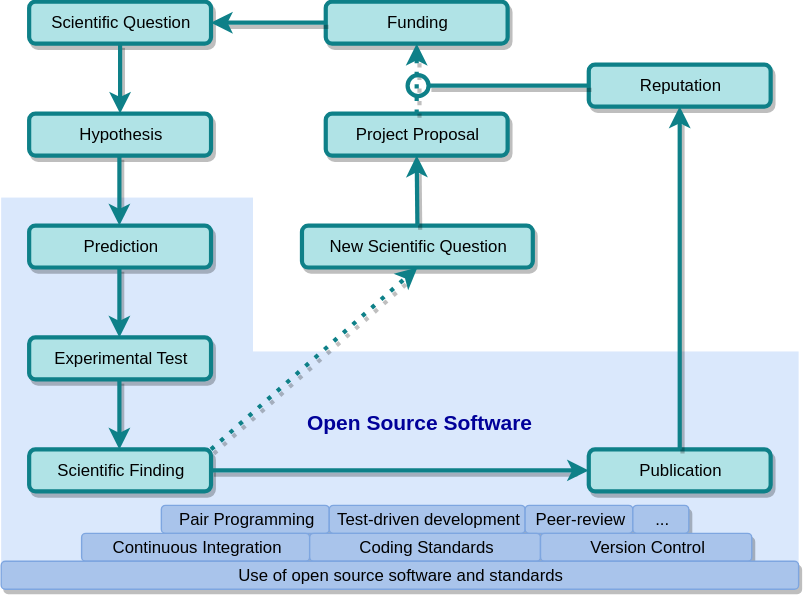
Earlier version of the draw.io export 2020-02-01_Fosdem/projectcycle_final.svg (JuliaSprenger/presentations). Source tidied: cells renumbered, new cells last; positions are measured from the earlier drawing's top-left corner, leaving out a move shared by most shapes.
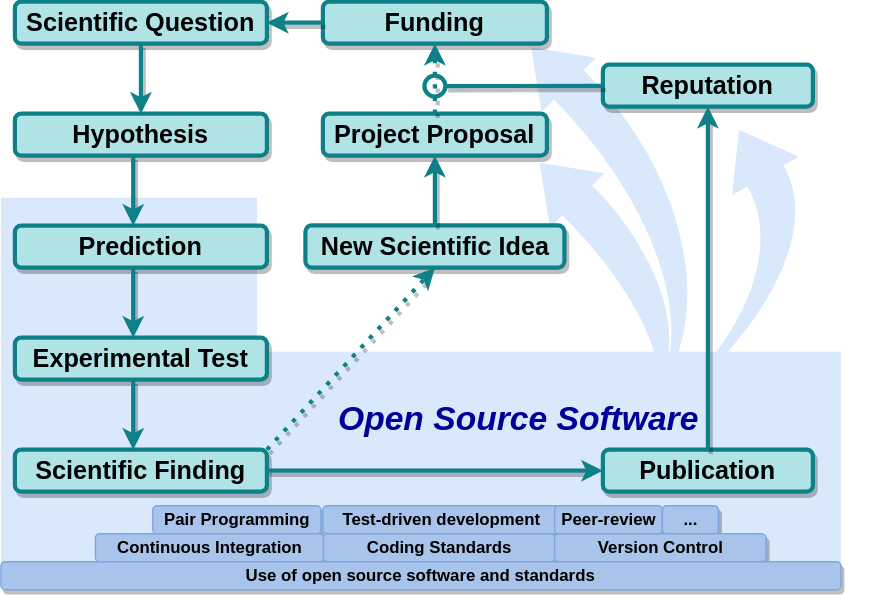
Above is the later version.

The edit, as a diff of the source:
```diff
@@ -2,70 +2,82 @@
   <root>
     <mxCell id="0" />
     <mxCell id="1" parent="0" />
+    <mxCell id="35" style="html=1;shadow=0;dashed=0;align=center;verticalAlign=middle;shape=mxgraph.arrows2.jumpInArrow;dy=15;dx=38;arrowHead=55;strokeColor=none;fillColor=#DAE8FC;rotation=45;flipH=1;" parent="1" vertex="1">
+      <mxGeometry x="298.2" y="75" width="240" height="155" as="geometry" />
+    </mxCell>
     <mxCell id="2" style="group;" parent="1" vertex="1">
-      <mxGeometry y="139.7" width="570" height="270" as="geometry" />
+      <mxGeometry x="-10" y="139.7" width="600" height="270" as="geometry" />
     </mxCell>
     <mxCell id="3" style="rounded=0;whiteSpace=wrap;html=1;comic=0;strokeColor=none;fillColor=#dae8fc;" parent="2" vertex="1">
-      <mxGeometry x="180" y="110" width="390" height="160" as="geometry" />
+      <mxGeometry x="183.1" y="110" width="416.9" height="160" as="geometry" />
     </mxCell>
     <mxCell id="4" style="rounded=0;whiteSpace=wrap;html=1;comic=0;strokeColor=none;fillColor=#dae8fc;" parent="2" vertex="1">
-      <mxGeometry width="180" height="270" as="geometry" />
+      <mxGeometry width="183.1" height="270" as="geometry" />
     </mxCell>
+    <mxCell id="36" style="html=1;shadow=0;dashed=0;align=center;verticalAlign=middle;shape=mxgraph.arrows2.jumpInArrow;dy=15;dx=38;arrowHead=55;strokeColor=none;fillColor=#DAE8FC;rotation=60;flipH=1;" parent="2" vertex="1">
+      <mxGeometry x="409.1" y="-56.1" width="152.5" height="239.7" as="geometry" />
+    </mxCell>
+    <mxCell id="29" value="Open Source Software" style="text;html=1;strokeColor=none;fillColor=none;align=center;verticalAlign=middle;whiteSpace=wrap;rounded=0;shadow=1;comic=1;fontColor=#000099;fontStyle=3;fontSize=24;" parent="2" vertex="1">
+      <mxGeometry x="222.2" y="148.3" width="295.8" height="20" as="geometry" />
+    </mxCell>
+    <mxCell id="37" style="html=1;shadow=0;dashed=0;align=center;verticalAlign=middle;shape=mxgraph.arrows2.jumpInArrow;dy=15;dx=38;arrowHead=55;strokeColor=none;fillColor=#DAE8FC;rotation=45;flipH=1;" parent="2" vertex="1">
+      <mxGeometry x="347.1" y="3.6" width="172.9" height="90" as="geometry" />
+    </mxCell>
-    <mxCell id="5" value="Pair Programming" style="rounded=1;whiteSpace=wrap;html=1;shadow=1;comic=0;fillColor=#A9C4EB;strokeColor=#7EA6E0;" parent="1" vertex="1">
-      <mxGeometry x="114.5" y="359.7" width="120" height="20" as="geometry" />
+    <mxCell id="5" value="Pair Programming" style="rounded=1;whiteSpace=wrap;html=1;shadow=1;comic=0;fillColor=#A9C4EB;strokeColor=#7EA6E0;fontStyle=1;" parent="1" vertex="1">
+      <mxGeometry x="98.5" y="359.7" width="120" height="20" as="geometry" />
     </mxCell>
-    <mxCell id="6" value="Test-driven development" style="rounded=1;whiteSpace=wrap;html=1;shadow=1;comic=0;fillColor=#A9C4EB;strokeColor=#7EA6E0;" parent="1" vertex="1">
-      <mxGeometry x="234.5" y="359.7" width="140" height="20" as="geometry" />
+    <mxCell id="6" value="Test-driven development" style="rounded=1;whiteSpace=wrap;html=1;shadow=1;comic=0;fillColor=#A9C4EB;strokeColor=#7EA6E0;fontStyle=1;" parent="1" vertex="1">
+      <mxGeometry x="220" y="359.7" width="170" height="20" as="geometry" />
     </mxCell>
-    <mxCell id="7" value="Peer-review" style="rounded=1;whiteSpace=wrap;html=1;shadow=1;comic=0;fillColor=#A9C4EB;strokeColor=#7EA6E0;" parent="1" vertex="1">
-      <mxGeometry x="374.5" y="359.7" width="77" height="20" as="geometry" />
+    <mxCell id="7" value="Peer-review" style="rounded=1;whiteSpace=wrap;html=1;shadow=1;comic=0;fillColor=#A9C4EB;strokeColor=#7EA6E0;fontStyle=1;" parent="1" vertex="1">
+      <mxGeometry x="385.5" y="359.7" width="77" height="20" as="geometry" />
     </mxCell>
-    <mxCell id="8" value="Scientific Question" style="rounded=1;whiteSpace=wrap;html=1;fillColor=#b0e3e6;strokeColor=#0e8088;strokeWidth=3;shadow=1;comic=0;" parent="1" vertex="1">
-      <mxGeometry x="20" y="-0.3" width="130" height="30" as="geometry" />
+    <mxCell id="8" value="Scientific Question" style="rounded=1;whiteSpace=wrap;html=1;fillColor=#b0e3e6;strokeColor=#0e8088;strokeWidth=3;shadow=1;comic=0;fontSize=18;fontStyle=1;" parent="1" vertex="1">
+      <mxGeometry y="-0.3" width="180" height="30" as="geometry" />
     </mxCell>
-    <mxCell id="9" value="&lt;div&gt;Hypothesis&lt;/div&gt;" style="rounded=1;whiteSpace=wrap;html=1;fillColor=#b0e3e6;strokeColor=#0e8088;strokeWidth=3;shadow=1;comic=0;" parent="1" vertex="1">
-      <mxGeometry x="20" y="79.7" width="130" height="30" as="geometry" />
+    <mxCell id="9" value="&lt;div style=&quot;font-size: 18px;&quot;&gt;Hypothesis&lt;/div&gt;" style="rounded=1;whiteSpace=wrap;html=1;fillColor=#b0e3e6;strokeColor=#0e8088;strokeWidth=3;shadow=1;comic=0;fontSize=18;fontStyle=1;" parent="1" vertex="1">
+      <mxGeometry y="79.7" width="180" height="30" as="geometry" />
     </mxCell>
-    <mxCell id="10" value="Prediction" style="rounded=1;whiteSpace=wrap;html=1;fillColor=#b0e3e6;strokeColor=#0e8088;strokeWidth=3;shadow=1;comic=0;" parent="1" vertex="1">
-      <mxGeometry x="20" y="159.7" width="130" height="30" as="geometry" />
+    <mxCell id="10" value="Prediction" style="rounded=1;whiteSpace=wrap;html=1;fillColor=#b0e3e6;strokeColor=#0e8088;strokeWidth=3;shadow=1;comic=0;fontSize=18;fontStyle=1;" parent="1" vertex="1">
+      <mxGeometry y="159.7" width="180" height="30" as="geometry" />
     </mxCell>
-    <mxCell id="11" value="Experimental Test" style="rounded=1;whiteSpace=wrap;html=1;fillColor=#b0e3e6;strokeColor=#0e8088;strokeWidth=3;shadow=1;comic=0;" parent="1" vertex="1">
-      <mxGeometry x="20" y="239.7" width="130" height="30" as="geometry" />
+    <mxCell id="11" value="Experimental Test" style="rounded=1;whiteSpace=wrap;html=1;fillColor=#b0e3e6;strokeColor=#0e8088;strokeWidth=3;shadow=1;comic=0;fontSize=18;fontStyle=1;" parent="1" vertex="1">
+      <mxGeometry y="239.7" width="180" height="30" as="geometry" />
     </mxCell>
-    <mxCell id="12" value="Scientific Finding" style="rounded=1;whiteSpace=wrap;html=1;fillColor=#b0e3e6;strokeColor=#0e8088;strokeWidth=3;shadow=1;comic=0;" parent="1" vertex="1">
-      <mxGeometry x="20" y="319.7" width="130" height="30" as="geometry" />
+    <mxCell id="12" value="Scientific Finding" style="rounded=1;whiteSpace=wrap;html=1;fillColor=#b0e3e6;strokeColor=#0e8088;strokeWidth=3;shadow=1;comic=0;fontSize=18;fontStyle=1;" parent="1" vertex="1">
+      <mxGeometry y="319.7" width="180" height="30" as="geometry" />
     </mxCell>
-    <mxCell id="13" value="Publication" style="rounded=1;whiteSpace=wrap;html=1;fillColor=#b0e3e6;strokeColor=#0e8088;strokeWidth=3;shadow=1;comic=0;" parent="1" vertex="1">
-      <mxGeometry x="420" y="319.7" width="130" height="30" as="geometry" />
+    <mxCell id="13" value="Publication" style="rounded=1;whiteSpace=wrap;html=1;fillColor=#b0e3e6;strokeColor=#0e8088;strokeWidth=3;shadow=1;comic=0;fontSize=18;fontStyle=1;" parent="1" vertex="1">
+      <mxGeometry x="420" y="319.7" width="150" height="30" as="geometry" />
     </mxCell>
-    <mxCell id="14" value="New Scientific Question" style="rounded=1;whiteSpace=wrap;html=1;fillColor=#b0e3e6;strokeColor=#0e8088;strokeWidth=3;shadow=1;comic=0;" parent="1" vertex="1">
-      <mxGeometry x="215" y="159.7" width="165" height="30" as="geometry" />
+    <mxCell id="14" value="New Scientific Idea" style="rounded=1;fillColor=#b0e3e6;strokeColor=#0e8088;strokeWidth=3;shadow=1;comic=0;fontSize=18;fontStyle=1;html=1;" parent="1" vertex="1">
+      <mxGeometry x="207.5" y="159.4" width="185" height="30.3" as="geometry" />
     </mxCell>
-    <mxCell id="15" value="Project Proposal" style="rounded=1;whiteSpace=wrap;html=1;fillColor=#b0e3e6;strokeColor=#0e8088;strokeWidth=3;shadow=1;comic=0;" parent="1" vertex="1">
-      <mxGeometry x="232" y="79.7" width="130" height="30" as="geometry" />
+    <mxCell id="15" value="Project Proposal" style="rounded=1;whiteSpace=wrap;html=1;fillColor=#b0e3e6;strokeColor=#0e8088;strokeWidth=3;shadow=1;comic=0;fontSize=18;fontStyle=1;" parent="1" vertex="1">
+      <mxGeometry x="220" y="79.7" width="160" height="30" as="geometry" />
     </mxCell>
-    <mxCell id="16" value="Reputation" style="rounded=1;whiteSpace=wrap;html=1;fillColor=#b0e3e6;strokeColor=#0e8088;strokeWidth=3;shadow=1;comic=0;" parent="1" vertex="1">
-      <mxGeometry x="420" y="44.7" width="130" height="30" as="geometry" />
+    <mxCell id="16" value="Reputation" style="rounded=1;whiteSpace=wrap;html=1;fillColor=#b0e3e6;strokeColor=#0e8088;strokeWidth=3;shadow=1;comic=0;fontSize=18;fontStyle=1;" parent="1" vertex="1">
+      <mxGeometry x="420" y="44.7" width="150" height="30" as="geometry" />
     </mxCell>
-    <mxCell id="17" value="Funding" style="rounded=1;whiteSpace=wrap;html=1;fillColor=#b0e3e6;strokeColor=#0e8088;strokeWidth=3;shadow=1;comic=0;" parent="1" vertex="1">
-      <mxGeometry x="232" y="-0.3" width="130" height="30" as="geometry" />
+    <mxCell id="17" value="Funding" style="rounded=1;whiteSpace=wrap;html=1;fillColor=#b0e3e6;strokeColor=#0e8088;strokeWidth=3;shadow=1;comic=0;fontSize=18;fontStyle=1;" parent="1" vertex="1">
+      <mxGeometry x="220" y="-0.3" width="160" height="30" as="geometry" />
     </mxCell>
-    <mxCell id="18" style="endArrow=classic;html=1;exitX=0.5;exitY=1;exitDx=0;exitDy=0;entryX=0.5;entryY=0;entryDx=0;entryDy=0;fillColor=#b0e3e6;strokeColor=#0e8088;strokeWidth=3;shadow=1;comic=0;" parent="1" edge="1" source="8" target="9">
+    <mxCell id="18" style="endArrow=classic;html=1;exitX=0.5;exitY=1;exitDx=0;exitDy=0;entryX=0.5;entryY=0;entryDx=0;entryDy=0;fillColor=#b0e3e6;strokeColor=#0e8088;strokeWidth=3;shadow=1;comic=0;fontSize=18;fontStyle=1;" parent="1" edge="1" source="8" target="9">
       <mxGeometry relative="1" as="geometry" />
     </mxCell>
-    <mxCell id="19" style="endArrow=classic;html=1;exitX=0.5;exitY=1;exitDx=0;exitDy=0;entryX=0.5;entryY=0;entryDx=0;entryDy=0;fillColor=#b0e3e6;strokeColor=#0e8088;strokeWidth=3;shadow=1;comic=0;" parent="1" edge="1">
+    <mxCell id="19" style="endArrow=classic;html=1;exitX=0.5;exitY=1;exitDx=0;exitDy=0;entryX=0.5;entryY=0;entryDx=0;entryDy=0;fillColor=#b0e3e6;strokeColor=#0e8088;strokeWidth=3;shadow=1;comic=0;fontSize=18;fontStyle=1;" parent="1" edge="1">
       <mxGeometry relative="1" as="geometry">
         <mxPoint x="84.5" y="109.7" as="sourcePoint" />
         <mxPoint x="84.5" y="159.7" as="targetPoint" />
       </mxGeometry>
     </mxCell>
-    <mxCell id="20" style="endArrow=classic;html=1;exitX=0.5;exitY=1;exitDx=0;exitDy=0;entryX=0.5;entryY=0;entryDx=0;entryDy=0;fillColor=#b0e3e6;strokeColor=#0e8088;strokeWidth=3;shadow=1;comic=0;" parent="1" edge="1">
+    <mxCell id="20" style="endArrow=classic;html=1;exitX=0.5;exitY=1;exitDx=0;exitDy=0;entryX=0.5;entryY=0;entryDx=0;entryDy=0;fillColor=#b0e3e6;strokeColor=#0e8088;strokeWidth=3;shadow=1;comic=0;fontSize=18;fontStyle=1;" parent="1" edge="1">
       <mxGeometry relative="1" as="geometry">
         <mxPoint x="84.5" y="189.7" as="sourcePoint" />
         <mxPoint x="84.5" y="239.7" as="targetPoint" />
       </mxGeometry>
     </mxCell>
-    <mxCell id="21" style="endArrow=classic;html=1;exitX=0.5;exitY=1;exitDx=0;exitDy=0;entryX=0.5;entryY=0;entryDx=0;entryDy=0;fillColor=#b0e3e6;strokeColor=#0e8088;strokeWidth=3;shadow=1;comic=0;" parent="1" edge="1">
+    <mxCell id="21" style="endArrow=classic;html=1;exitX=0.5;exitY=1;exitDx=0;exitDy=0;entryX=0.5;entryY=0;entryDx=0;entryDy=0;fillColor=#b0e3e6;strokeColor=#0e8088;strokeWidth=3;shadow=1;comic=0;fontSize=18;fontStyle=1;" parent="1" edge="1">
       <mxGeometry relative="1" as="geometry">
         <mxPoint x="84.5" y="269.7" as="sourcePoint" />
         <mxPoint x="84.5" y="319.7" as="targetPoint" />
@@ -74,10 +86,10 @@
     <mxCell id="22" style="endArrow=classic;html=1;exitX=1;exitY=0;exitDx=0;exitDy=0;entryX=0.5;entryY=1;entryDx=0;entryDy=0;dashed=1;dashPattern=1 2;fillColor=#b0e3e6;strokeColor=#0e8088;strokeWidth=3;shadow=1;comic=0;" parent="1" edge="1" source="12" target="14">
       <mxGeometry relative="1" as="geometry" />
     </mxCell>
-    <mxCell id="23" style="endArrow=classic;html=1;exitX=0.5;exitY=0;exitDx=0;exitDy=0;entryX=0.5;entryY=1;entryDx=0;entryDy=0;fillColor=#b0e3e6;strokeColor=#0e8088;strokeWidth=3;shadow=1;comic=0;" parent="1" edge="1" source="14" target="15">
+    <mxCell id="23" style="endArrow=classic;html=1;exitX=0.5;exitY=0;exitDx=0;exitDy=0;entryX=0.5;entryY=1;entryDx=0;entryDy=0;fillColor=#b0e3e6;strokeColor=#0e8088;strokeWidth=3;shadow=1;comic=0;fontSize=18;fontStyle=1;" parent="1" edge="1" source="14" target="15">
       <mxGeometry relative="1" as="geometry" />
     </mxCell>
-    <mxCell id="24" style="endArrow=classic;html=1;exitX=0.5;exitY=0;exitDx=0;exitDy=0;entryX=0.5;entryY=1;entryDx=0;entryDy=0;dashed=1;dashPattern=1 2;fillColor=#b0e3e6;strokeColor=#0e8088;strokeWidth=3;shadow=1;comic=0;" parent="1" edge="1" source="15" target="17">
+    <mxCell id="24" style="endArrow=classic;html=1;exitX=0.5;exitY=0;exitDx=0;exitDy=0;entryX=0.5;entryY=1;entryDx=0;entryDy=0;dashed=1;dashPattern=1 2;fillColor=#b0e3e6;strokeColor=#0e8088;strokeWidth=3;shadow=1;comic=0;fontSize=18;fontStyle=1;" parent="1" edge="1" source="15" target="17">
       <mxGeometry relative="1" as="geometry" />
     </mxCell>
     <mxCell id="25" style="endArrow=classic;html=1;exitX=0;exitY=0.5;exitDx=0;exitDy=0;entryX=1;entryY=0.5;entryDx=0;entryDy=0;fillColor=#b0e3e6;strokeColor=#0e8088;strokeWidth=3;shadow=1;comic=0;" parent="1" edge="1" source="17" target="8">
@@ -88,31 +100,28 @@
         <mxPoint x="420" y="334.7" as="targetPoint" />
       </mxGeometry>
     </mxCell>
-    <mxCell id="27" style="endArrow=oval;html=1;endFill=0;targetPerimeterSpacing=0;sourcePerimeterSpacing=0;endSize=15;fillColor=#b0e3e6;strokeColor=#0e8088;strokeWidth=3;shadow=1;comic=0;" parent="1" edge="1" source="16">
-      <mxGeometry relative="1" as="geometry">
-        <mxPoint x="298" y="59.7" as="targetPoint" />
-      </mxGeometry>
-    </mxCell>
-    <mxCell id="28" style="endArrow=classic;html=1;exitX=0.5;exitY=0;exitDx=0;exitDy=0;entryX=0.5;entryY=1;entryDx=0;entryDy=0;fillColor=#b0e3e6;strokeColor=#0e8088;strokeWidth=3;shadow=1;comic=0;" parent="1" edge="1" source="13" target="16">
+    <mxCell id="28" style="endArrow=classic;html=1;exitX=0.5;exitY=0;exitDx=0;exitDy=0;entryX=0.5;entryY=1;entryDx=0;entryDy=0;fillColor=#b0e3e6;strokeColor=#0e8088;strokeWidth=3;shadow=1;comic=0;fontSize=18;fontStyle=1;" parent="1" edge="1" source="13" target="16">
       <mxGeometry relative="1" as="geometry" />
     </mxCell>
-    <mxCell id="29" value="Open Source Software" style="text;html=1;strokeColor=none;fillColor=none;align=center;verticalAlign=middle;whiteSpace=wrap;rounded=0;shadow=1;comic=1;fontColor=#000099;fontStyle=1;fontSize=15;" parent="1" vertex="1">
-      <mxGeometry x="207" y="289.7" width="183" height="20" as="geometry" />
-    </mxCell>
-    <mxCell id="30" value="Continuous Integration" style="rounded=1;whiteSpace=wrap;html=1;shadow=1;comic=0;fillColor=#A9C4EB;strokeColor=#7EA6E0;" parent="1" vertex="1">
+    <mxCell id="30" value="Continuous Integration" style="rounded=1;whiteSpace=wrap;html=1;shadow=1;comic=0;fillColor=#A9C4EB;strokeColor=#7EA6E0;fontStyle=1;" parent="1" vertex="1">
       <mxGeometry x="57.5" y="379.7" width="163" height="20" as="geometry" />
     </mxCell>
-    <mxCell id="31" value="Coding Standards" style="rounded=1;whiteSpace=wrap;html=1;shadow=1;comic=0;fillColor=#A9C4EB;strokeColor=#7EA6E0;" parent="1" vertex="1">
+    <mxCell id="31" value="Coding Standards" style="rounded=1;whiteSpace=wrap;html=1;shadow=1;comic=0;fillColor=#A9C4EB;strokeColor=#7EA6E0;fontStyle=1;" parent="1" vertex="1">
       <mxGeometry x="220.5" y="379.7" width="165" height="20" as="geometry" />
     </mxCell>
-    <mxCell id="32" value="..." style="rounded=1;whiteSpace=wrap;html=1;shadow=1;comic=0;fillColor=#A9C4EB;strokeColor=#7EA6E0;" parent="1" vertex="1">
-      <mxGeometry x="451.5" y="359.7" width="40" height="20" as="geometry" />
+    <mxCell id="32" value="..." style="rounded=1;whiteSpace=wrap;html=1;shadow=1;comic=0;fillColor=#A9C4EB;strokeColor=#7EA6E0;fontStyle=1;" parent="1" vertex="1">
+      <mxGeometry x="462.5" y="359.7" width="40" height="20" as="geometry" />
     </mxCell>
-    <mxCell id="33" value="Version Control" style="rounded=1;whiteSpace=wrap;html=1;shadow=1;comic=0;fillColor=#A9C4EB;strokeColor=#7EA6E0;" parent="1" vertex="1">
+    <mxCell id="33" value="Version Control" style="rounded=1;whiteSpace=wrap;html=1;shadow=1;comic=0;fillColor=#A9C4EB;strokeColor=#7EA6E0;fontStyle=1;" parent="1" vertex="1">
       <mxGeometry x="385.5" y="379.7" width="151" height="20" as="geometry" />
     </mxCell>
-    <mxCell id="34" value="Use of open source software and standards" style="rounded=1;whiteSpace=wrap;html=1;shadow=1;comic=0;fillColor=#A9C4EB;strokeColor=#7EA6E0;" parent="1" vertex="1">
-      <mxGeometry y="399.7" width="570" height="20" as="geometry" />
+    <mxCell id="34" value="Use of open source software and standards" style="rounded=1;whiteSpace=wrap;html=1;shadow=1;comic=0;fillColor=#A9C4EB;strokeColor=#7EA6E0;fontStyle=1;" parent="1" vertex="1">
+      <mxGeometry x="-10" y="399.7" width="600" height="20" as="geometry" />
     </mxCell>
+    <mxCell id="38" style="endArrow=oval;html=1;endFill=0;targetPerimeterSpacing=0;sourcePerimeterSpacing=0;endSize=15;fillColor=#b0e3e6;strokeColor=#0e8088;strokeWidth=3;shadow=1;comic=0;" parent="1" edge="1" source="16">
+      <mxGeometry relative="1" as="geometry">
+        <mxPoint x="300" y="60" as="targetPoint" />
+      </mxGeometry>
+    </mxCell>
   </root>
 </mxGraphModel>
```
